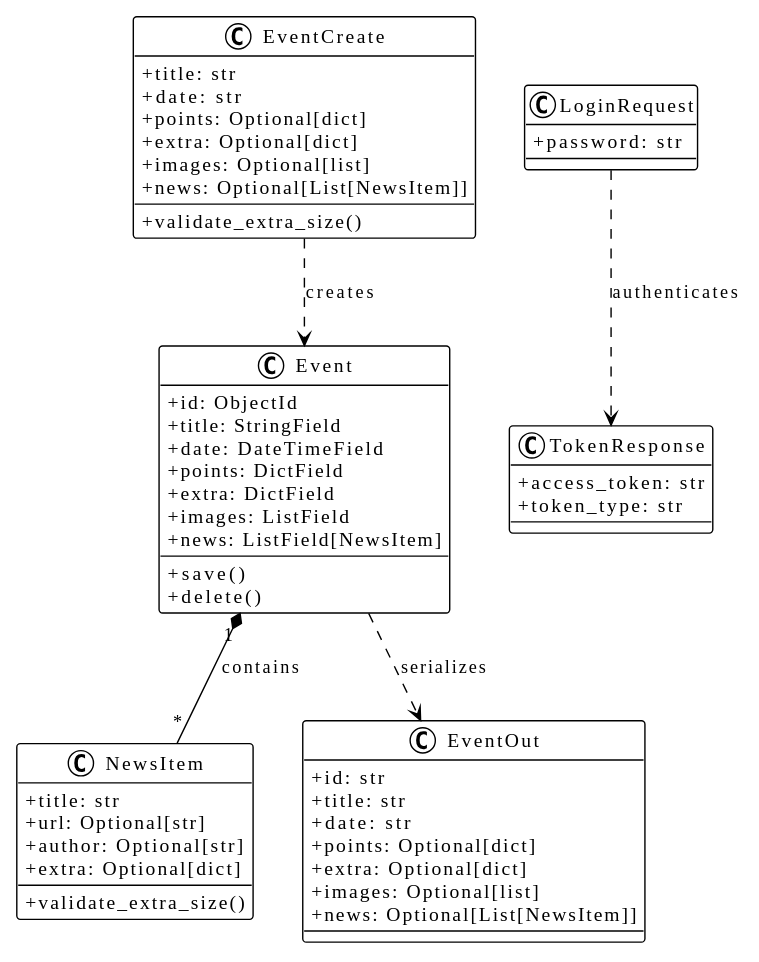
This is docs/diagrams/components.svg from HEIG-RESONATE/resonate2, a PlantUML export, as it was before one commit.
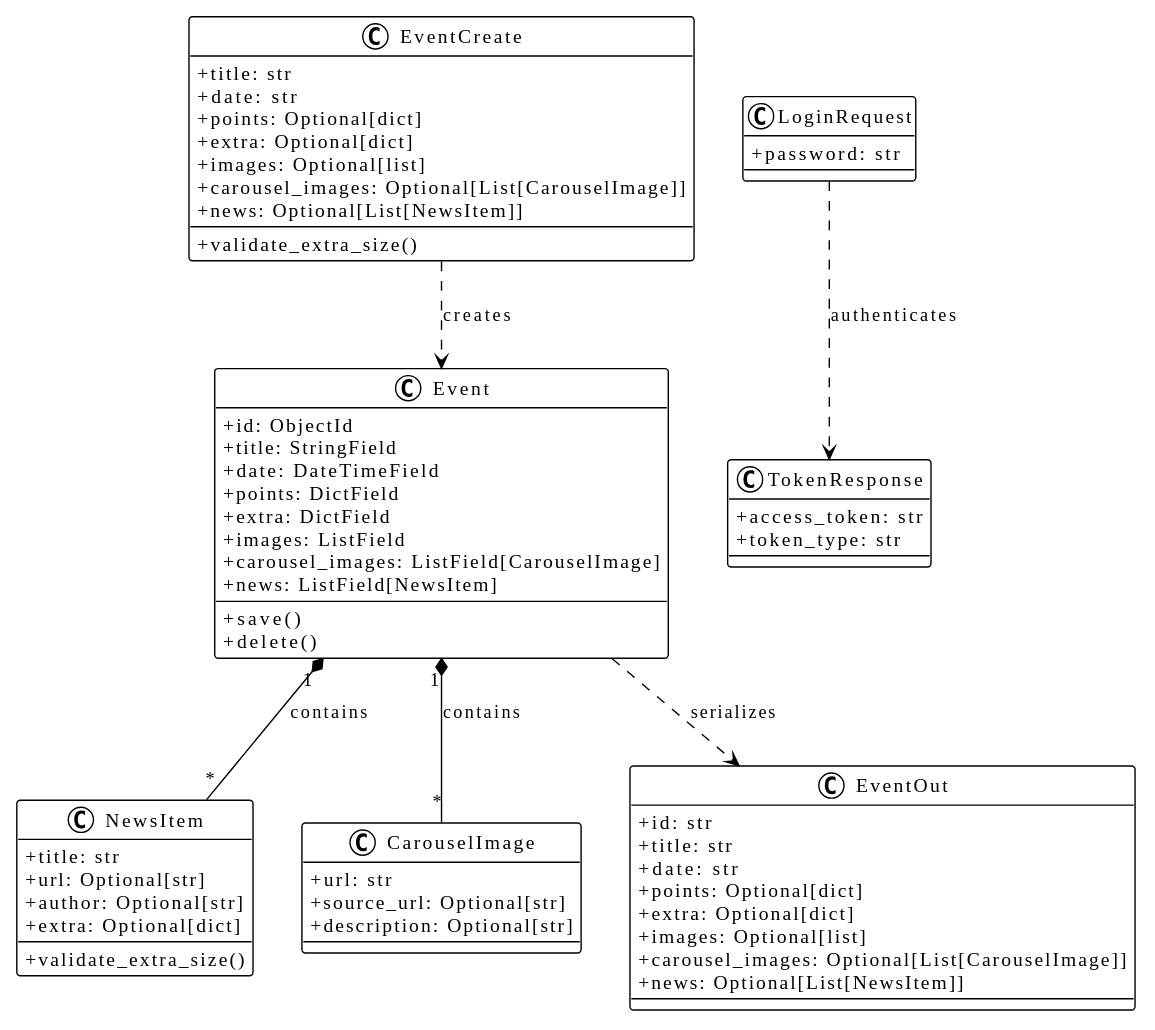
Later version of the same file.

The edit, as a diff of the source:
```diff
@@ -11,6 +11,12 @@
   +validate_extra_size()
 }
 
+class CarouselImage {
+  +url: str
+  +source_url: Optional[str]
+  +description: Optional[str]
+}
+
 class Event {
   +id: ObjectId
   +title: StringField
@@ -18,6 +24,7 @@
   +points: DictField
   +extra: DictField
   +images: ListField
+  +carousel_images: ListField[CarouselImage]
   +news: ListField[NewsItem]
   --
   +save()
@@ -30,6 +37,7 @@
   +points: Optional[dict]
   +extra: Optional[dict]
   +images: Optional[list]
+  +carousel_images: Optional[List[CarouselImage]]
   +news: Optional[List[NewsItem]]
   --
   +validate_extra_size()
@@ -42,6 +50,7 @@
   +points: Optional[dict]
   +extra: Optional[dict]
   +images: Optional[list]
+  +carousel_images: Optional[List[CarouselImage]]
   +news: Optional[List[NewsItem]]
 }
 
@@ -58,4 +67,5 @@
 Event ..> EventOut : serializes
 LoginRequest ..> TokenResponse : authenticates
 Event "1" *-- "*" NewsItem : contains
+Event "1" *-- "*" CarouselImage : contains
 @enduml
```
